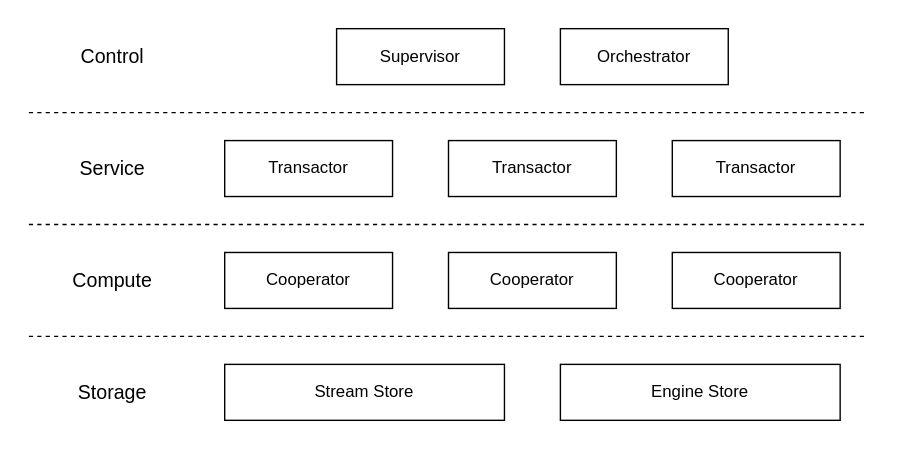
Before: docs/images/architecture.drawio.svg, a diagram exported from draw.io (engula/engula). Source tidied: cells renumbered, new cells last; positions are measured from the earlier drawing's top-left corner, leaving out a move shared by most shapes.
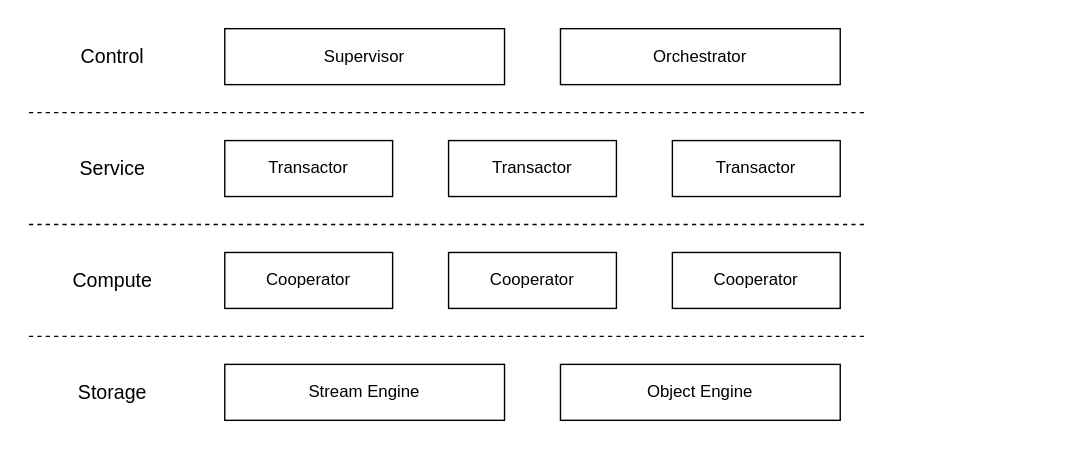
The same diagram one commit later.

Diff of the diagram source:
```diff
@@ -3,7 +3,7 @@
     <mxCell id="0" />
     <mxCell id="1" parent="0" />
     <mxCell id="2" style="rounded=0;whiteSpace=wrap;html=1;strokeColor=none;fillColor=default;" parent="1" vertex="1">
-      <mxGeometry width="640" height="320" as="geometry" />
+      <mxGeometry width="760" height="320" as="geometry" />
     </mxCell>
     <mxCell id="3" value="Transactor" style="rounded=0;whiteSpace=wrap;html=1;" parent="1" vertex="1">
       <mxGeometry x="160" y="100" width="120" height="40" as="geometry" />
@@ -11,10 +11,10 @@
     <mxCell id="4" value="Cooperator" style="rounded=0;whiteSpace=wrap;html=1;" parent="1" vertex="1">
       <mxGeometry x="160" y="180" width="120" height="40" as="geometry" />
     </mxCell>
-    <mxCell id="5" value="Stream Store" style="rounded=0;whiteSpace=wrap;html=1;" parent="1" vertex="1">
+    <mxCell id="5" value="Stream Engine" style="rounded=0;whiteSpace=wrap;html=1;" parent="1" vertex="1">
       <mxGeometry x="160" y="260" width="200" height="40" as="geometry" />
     </mxCell>
-    <mxCell id="6" value="Engine Store" style="rounded=0;whiteSpace=wrap;html=1;" parent="1" vertex="1">
+    <mxCell id="6" value="Object Engine" style="rounded=0;whiteSpace=wrap;html=1;" parent="1" vertex="1">
       <mxGeometry x="400" y="260" width="200" height="40" as="geometry" />
     </mxCell>
     <mxCell id="7" value="Transactor" style="rounded=0;whiteSpace=wrap;html=1;" parent="1" vertex="1">
@@ -45,7 +45,7 @@
       </mxGeometry>
     </mxCell>
     <mxCell id="14" value="Supervisor" style="rounded=0;whiteSpace=wrap;html=1;" parent="1" vertex="1">
-      <mxGeometry x="240" y="20" width="120" height="40" as="geometry" />
+      <mxGeometry x="160" y="20" width="200" height="40" as="geometry" />
     </mxCell>
     <mxCell id="15" value="Cooperator" style="rounded=0;whiteSpace=wrap;html=1;" parent="1" vertex="1">
       <mxGeometry x="320" y="180" width="120" height="40" as="geometry" />
@@ -60,7 +60,7 @@
       </mxGeometry>
     </mxCell>
     <mxCell id="18" value="Orchestrator" style="rounded=0;whiteSpace=wrap;html=1;" parent="1" vertex="1">
-      <mxGeometry x="400" y="20" width="120" height="40" as="geometry" />
+      <mxGeometry x="400" y="20" width="200" height="40" as="geometry" />
     </mxCell>
     <mxCell id="19" value="&lt;font style=&quot;font-size: 14px&quot;&gt;Control&lt;/font&gt;" style="text;html=1;strokeColor=none;fillColor=none;align=center;verticalAlign=middle;whiteSpace=wrap;rounded=0;dashed=1;fontSize=14;fontStyle=0;" parent="1" vertex="1">
       <mxGeometry x="20" y="20" width="120" height="40" as="geometry" />
```
